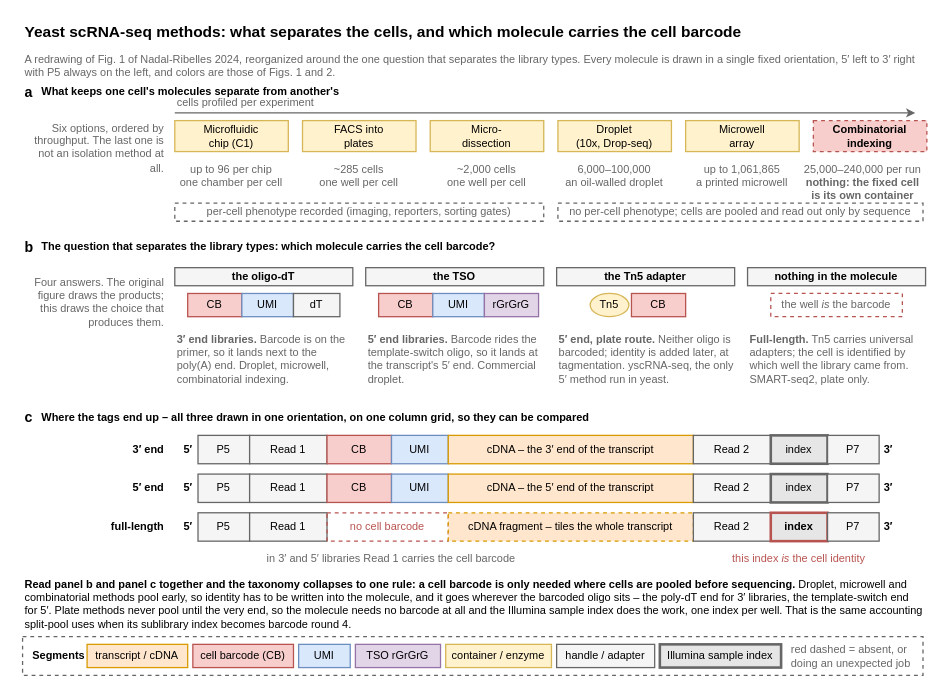
Above: notes/assets/drawio/scrnaseq-method-taxonomy.drawio in Mjvolk3/torchcell (draw.io), before the change. Source tidied: cells renumbered, new cells numbered last; positions are measured from the earlier drawing's top-left corner, leaving out a move shared by most shapes. Both pictures are drawn from the tidied source at 129%, with x=0, y=0 at pixel (22, 22).
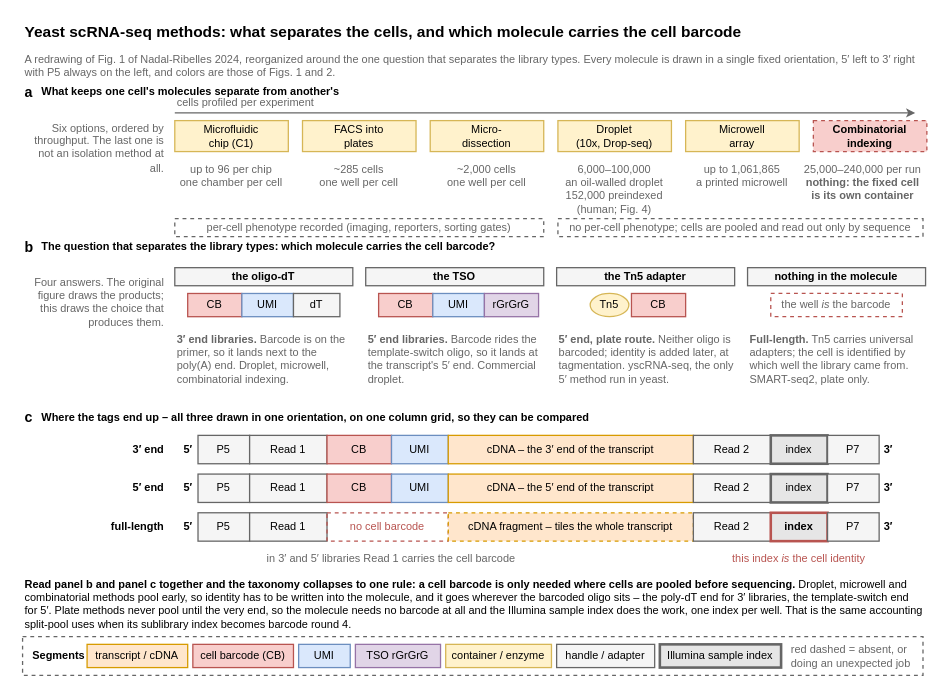
Above is the later version.

Diff of the diagram source:
```diff
@@
-    <mxCell id="18" value="6,000–100,000&#10;an oil-walled droplet" style="text;html=1;whiteSpace=wrap;align=center;verticalAlign=top;fontFamily=Arial;fontSize=8.5;fontColor=#666666;" parent="1" vertex="1">
-      <mxGeometry x="415" y="102" width="88" height="24" as="geometry" />
+    <mxCell id="18" value="6,000–100,000&#10;an oil-walled droplet&#10;152,000 preindexed&#10;(human; Fig. 4)" style="text;html=1;whiteSpace=wrap;align=center;verticalAlign=top;fontFamily=Arial;fontSize=8.5;fontColor=#666666;" parent="1" vertex="1">
+      <mxGeometry x="415" y="102" width="88" height="46" as="geometry" />
     </mxCell>
@@
     <mxCell id="21" value="per-cell phenotype recorded (imaging, reporters, sorting gates)" style="rounded=0;whiteSpace=wrap;html=1;fillColor=none;strokeColor=#666666;dashed=1;fontFamily=Arial;fontSize=8.5;fontColor=#666666;" parent="1" vertex="1">
-      <mxGeometry x="118" y="140" width="286" height="14" as="geometry" />
+      <mxGeometry x="118" y="152" width="286" height="14" as="geometry" />
     </mxCell>
     <mxCell id="22" value="no per-cell phenotype; cells are pooled and read out only by sequence" style="rounded=0;whiteSpace=wrap;html=1;fillColor=none;strokeColor=#666666;dashed=1;fontFamily=Arial;fontSize=8.5;fontColor=#666666;" parent="1" vertex="1">
-      <mxGeometry x="415" y="140" width="283" height="14" as="geometry" />
+      <mxGeometry x="415" y="152" width="283" height="14" as="geometry" />
     </mxCell>
```
